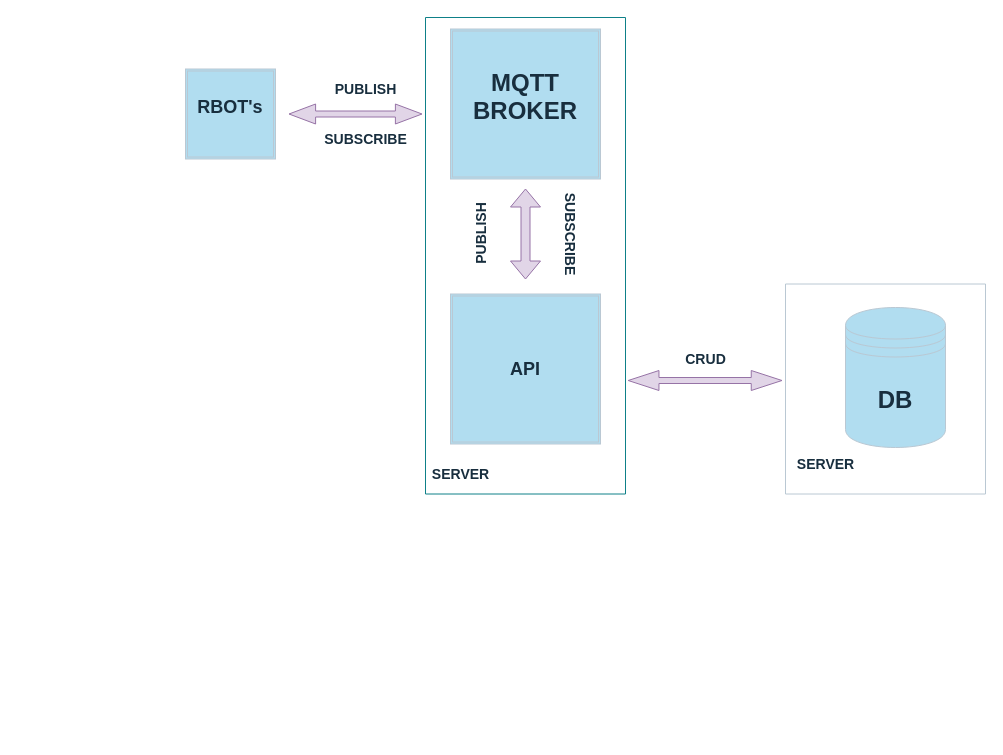
RSTurgay/DrawIO keeps this draw.io diagram as RBOT-MQTT-Structure/Başlıksız Diyagram.drawio. Above is the earlier version. Source tidied: cells renumbered, new cells numbered last; positions are measured from the earlier drawing's top-left corner, leaving out a move shared by most shapes. Both pictures are drawn from the tidied source at 100%, with x=0, y=0 at pixel (185, 17).
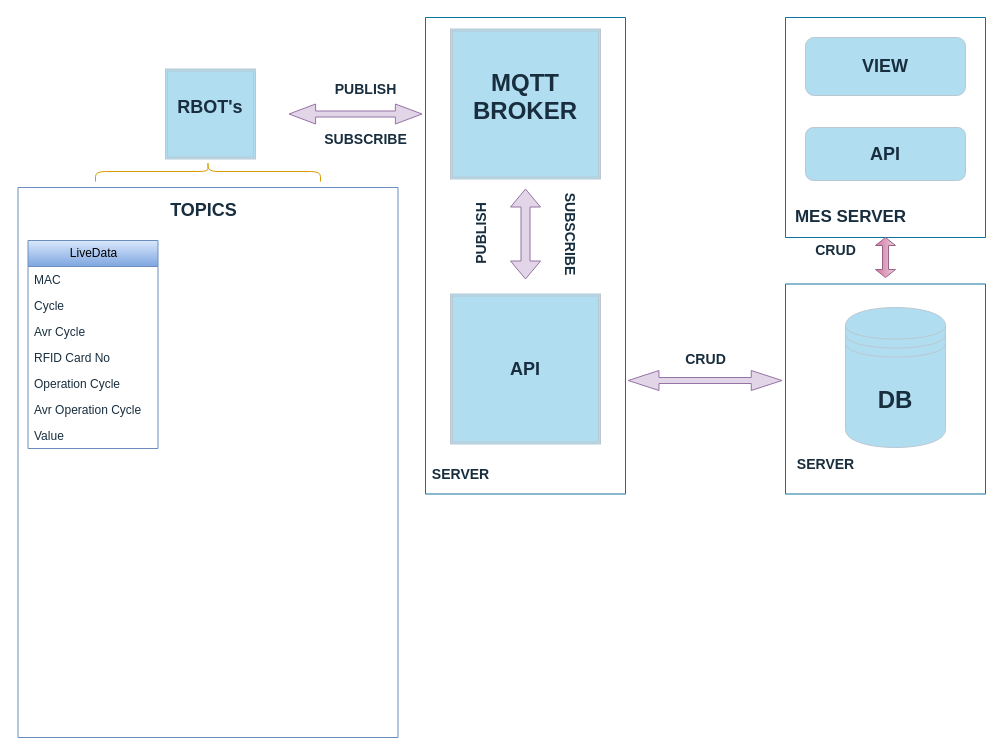
The same diagram, later.

The edit, as a diff of the source:
```diff
@@
     <mxCell id="2" value="&lt;h2&gt;RBOT's&lt;/h2&gt;&lt;div&gt;&lt;br&gt;&lt;/div&gt;" style="shape=ext;double=1;whiteSpace=wrap;html=1;labelBackgroundColor=none;fillColor=#B1DDF0;strokeColor=#BAC8D3;fontColor=#182E3E;" parent="1" vertex="1">
-      <mxGeometry y="51.5" width="90" height="90" as="geometry" />
+      <mxGeometry x="-20" y="51.5" width="90" height="90" as="geometry" />
     </mxCell>
@@
-    <mxCell id="8" style="swimlane;startSize=0;strokeColor=#0e8088;fillColor=#b0e3e6;" parent="1" vertex="1">
+    <mxCell id="8" style="swimlane;startSize=0;strokeColor=#10739e;fillColor=#b1ddf0;" parent="1" vertex="1">
       <mxGeometry x="240" width="200" height="476.5" as="geometry" />
     </mxCell>
@@
-    <mxCell id="15" style="swimlane;startSize=0;strokeColor=#BAC8D3;fontColor=#182E3E;fillColor=#B1DDF0;" parent="1" vertex="1">
+    <mxCell id="15" style="swimlane;startSize=0;strokeColor=#10739e;fillColor=#b1ddf0;" parent="1" vertex="1">
       <mxGeometry x="600" y="266.5" width="200" height="210" as="geometry" />
     </mxCell>
@@
+    <mxCell id="18" style="swimlane;startSize=0;strokeColor=#10739e;fillColor=#b1ddf0;" parent="1" vertex="1">
+      <mxGeometry x="600" width="200" height="220" as="geometry" />
+    </mxCell>
+    <mxCell id="19" value="&lt;h2&gt;VIEW&lt;/h2&gt;" style="rounded=1;whiteSpace=wrap;html=1;strokeColor=#BAC8D3;fontColor=#182E3E;fillColor=#B1DDF0;" parent="18" vertex="1">
+      <mxGeometry x="20" y="20" width="160" height="58" as="geometry" />
+    </mxCell>
+    <mxCell id="20" value="&lt;h2&gt;API&lt;/h2&gt;" style="rounded=1;whiteSpace=wrap;html=1;strokeColor=#BAC8D3;fontColor=#182E3E;fillColor=#B1DDF0;" parent="18" vertex="1">
+      <mxGeometry x="20" y="110" width="160" height="53" as="geometry" />
+    </mxCell>
+    <mxCell id="21" value="&lt;h2 style=&quot;font-size: 17px;&quot;&gt;MES SERVER&lt;/h2&gt;" style="text;html=1;align=center;verticalAlign=middle;strokeColor=none;fillColor=none;fontColor=#182E3E;" parent="18" vertex="1">
+      <mxGeometry y="170" width="130" height="60" as="geometry" />
+    </mxCell>
+    <mxCell id="22" value="&lt;h3&gt;CRUD&lt;br&gt;&lt;/h3&gt;" style="text;html=1;align=center;verticalAlign=middle;strokeColor=none;fillColor=none;fontColor=#182E3E;" parent="1" vertex="1">
+      <mxGeometry x="620" y="203.2" width="60" height="60" as="geometry" />
+    </mxCell>
+    <mxCell id="23" style="shape=doubleArrow;direction=south;whiteSpace=wrap;html=1;strokeColor=#996185;fillColor=#e6d0de;gradientColor=#d5739d;" parent="1" vertex="1">
+      <mxGeometry x="690" y="220" width="20" height="40" as="geometry" />
+    </mxCell>
+    <mxCell id="24" style="shape=curlyBracket;whiteSpace=wrap;html=1;rounded=1;labelPosition=left;verticalLabelPosition=middle;align=right;verticalAlign=middle;strokeColor=#d79b00;fillColor=#ffcd28;rotation=90;gradientColor=#ffa500;" parent="1" vertex="1">
+      <mxGeometry x="12.5" y="41.5" width="20" height="225" as="geometry" />
+    </mxCell>
+    <mxCell id="25" style="swimlane;startSize=0;strokeColor=#6c8ebf;fillColor=#dae8fc;gradientColor=#7ea6e0;" parent="1" vertex="1">
+      <mxGeometry x="-167.5" y="170" width="380" height="550" as="geometry" />
+    </mxCell>
+    <mxCell id="26" value="LiveData" style="swimlane;fontStyle=0;horizontal=1;startSize=26;fillColor=#dae8fc;html=1;strokeColor=#6c8ebf;gradientColor=#7ea6e0;" parent="25" vertex="1">
+      <mxGeometry x="10" y="53" width="130" height="208" as="geometry" />
+    </mxCell>
+    <mxCell id="27" value="MAC" style="text;strokeColor=none;fillColor=none;align=left;verticalAlign=top;spacingLeft=4;spacingRight=4;overflow=hidden;whiteSpace=wrap;html=1;fontColor=#182E3E;" parent="26" vertex="1">
+      <mxGeometry y="26" width="130" height="26" as="geometry" />
+    </mxCell>
+    <mxCell id="28" value="Cycle" style="text;strokeColor=none;fillColor=none;align=left;verticalAlign=top;spacingLeft=4;spacingRight=4;overflow=hidden;whiteSpace=wrap;html=1;fontColor=#182E3E;" parent="26" vertex="1">
+      <mxGeometry y="52" width="130" height="26" as="geometry" />
+    </mxCell>
+    <mxCell id="29" value="Avr Cycle" style="text;strokeColor=none;fillColor=none;align=left;verticalAlign=top;spacingLeft=4;spacingRight=4;overflow=hidden;whiteSpace=wrap;html=1;fontColor=#182E3E;" parent="26" vertex="1">
+      <mxGeometry y="78" width="130" height="26" as="geometry" />
+    </mxCell>
+    <mxCell id="30" value="RFID Card No" style="text;strokeColor=none;fillColor=none;align=left;verticalAlign=top;spacingLeft=4;spacingRight=4;overflow=hidden;whiteSpace=wrap;html=1;fontColor=#182E3E;" parent="26" vertex="1">
+      <mxGeometry y="104" width="130" height="26" as="geometry" />
+    </mxCell>
+    <mxCell id="31" value="Operation Cycle" style="text;strokeColor=none;fillColor=none;align=left;verticalAlign=top;spacingLeft=4;spacingRight=4;overflow=hidden;whiteSpace=wrap;html=1;fontColor=#182E3E;" parent="26" vertex="1">
+      <mxGeometry y="130" width="130" height="26" as="geometry" />
+    </mxCell>
+    <mxCell id="32" value="Avr Operation Cycle" style="text;strokeColor=none;fillColor=none;align=left;verticalAlign=top;spacingLeft=4;spacingRight=4;overflow=hidden;whiteSpace=wrap;html=1;fontColor=#182E3E;" parent="26" vertex="1">
+      <mxGeometry y="156" width="130" height="26" as="geometry" />
+    </mxCell>
+    <mxCell id="33" value="Value" style="text;strokeColor=none;fillColor=none;align=left;verticalAlign=top;spacingLeft=4;spacingRight=4;overflow=hidden;whiteSpace=wrap;html=1;fontColor=#182E3E;" parent="26" vertex="1">
+      <mxGeometry y="182" width="130" height="26" as="geometry" />
+    </mxCell>
+    <mxCell id="34" value="&lt;h2&gt;TOPICS&lt;/h2&gt;" style="text;html=1;align=center;verticalAlign=middle;strokeColor=none;fillColor=none;fontColor=#182E3E;" parent="1" vertex="1">
+      <mxGeometry x="-27.5" y="163" width="90" height="60" as="geometry" />
+    </mxCell>
```
